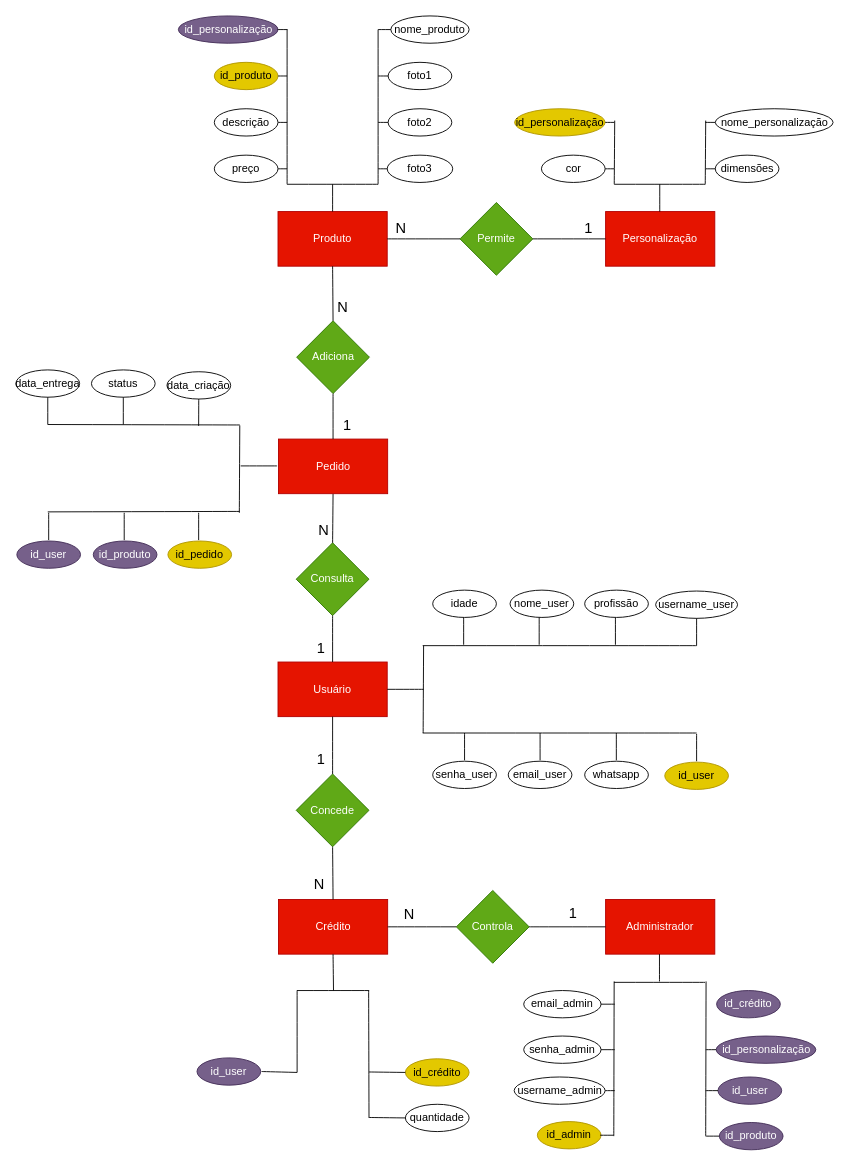
The draw.io diagram der_tcc.drawio in otaviomulato/tcc_content, before the edit. Source tidied: cells renumbered, new cells numbered last; positions are measured from the earlier drawing's top-left corner, leaving out a move shared by most shapes. Both pictures are drawn from the tidied source at 91%, with x=0, y=0 at pixel (15, 15).
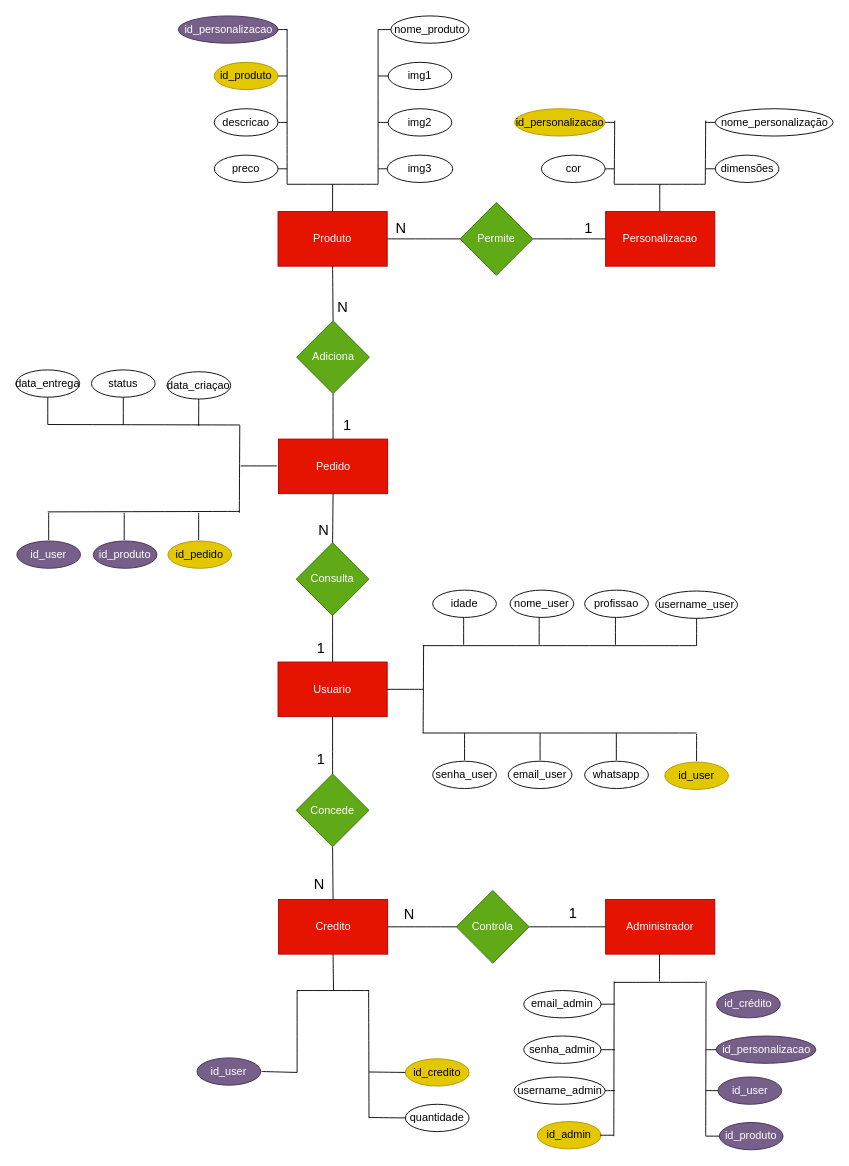
The same page after the edit.

Diff of the diagram source:
```diff
@@
-    <mxCell id="4" value="Personalização" style="rounded=0;whiteSpace=wrap;html=1;fillColor=#e51400;fontColor=#ffffff;strokeColor=#B20000;" parent="1" vertex="1">
+    <mxCell id="4" value="Personalizacao" style="rounded=0;whiteSpace=wrap;html=1;fillColor=#e51400;fontColor=#ffffff;strokeColor=#B20000;" parent="1" vertex="1">
       <mxGeometry x="648" y="215" width="120" height="60" as="geometry" />
     </mxCell>
@@
-    <mxCell id="8" value="descrição" style="ellipse;whiteSpace=wrap;html=1;" parent="1" vertex="1">
+    <mxCell id="8" value="descricao" style="ellipse;whiteSpace=wrap;html=1;" parent="1" vertex="1">
       <mxGeometry x="218" y="102" width="70" height="30" as="geometry" />
     </mxCell>
-    <mxCell id="9" value="preço" style="ellipse;whiteSpace=wrap;html=1;" parent="1" vertex="1">
+    <mxCell id="9" value="preco" style="ellipse;whiteSpace=wrap;html=1;" parent="1" vertex="1">
       <mxGeometry x="218" y="153" width="70" height="30" as="geometry" />
     </mxCell>
@@
-    <mxCell id="18" value="foto1" style="ellipse;whiteSpace=wrap;html=1;" parent="1" vertex="1">
+    <mxCell id="18" value="img1" style="ellipse;whiteSpace=wrap;html=1;" parent="1" vertex="1">
       <mxGeometry x="409" y="51" width="70" height="30" as="geometry" />
     </mxCell>
-    <mxCell id="19" value="foto2" style="ellipse;whiteSpace=wrap;html=1;" parent="1" vertex="1">
+    <mxCell id="19" value="img2" style="ellipse;whiteSpace=wrap;html=1;" parent="1" vertex="1">
       <mxGeometry x="409" y="102" width="70" height="30" as="geometry" />
     </mxCell>
-    <mxCell id="20" value="foto3" style="ellipse;whiteSpace=wrap;html=1;" parent="1" vertex="1">
+    <mxCell id="20" value="img3" style="ellipse;whiteSpace=wrap;html=1;" parent="1" vertex="1">
       <mxGeometry x="408" y="153" width="72" height="30" as="geometry" />
     </mxCell>
@@
-    <mxCell id="24" value="id_personalização" style="ellipse;whiteSpace=wrap;html=1;fillColor=#e3c800;fontColor=#000000;strokeColor=#B09500;" parent="1" vertex="1">
+    <mxCell id="24" value="id_personalizacao" style="ellipse;whiteSpace=wrap;html=1;fillColor=#e3c800;fontColor=#000000;strokeColor=#B09500;" parent="1" vertex="1">
       <mxGeometry x="548" y="102" width="99.5" height="30" as="geometry" />
     </mxCell>
@@
-    <mxCell id="33" value="id_personalização" style="ellipse;whiteSpace=wrap;html=1;fillColor=#76608a;fontColor=#ffffff;strokeColor=#432D57;" parent="1" vertex="1">
+    <mxCell id="33" value="id_personalizacao" style="ellipse;whiteSpace=wrap;html=1;fillColor=#76608a;fontColor=#ffffff;strokeColor=#432D57;" parent="1" vertex="1">
       <mxGeometry x="178.5" width="109.5" height="30" as="geometry" />
     </mxCell>
@@
-    <mxCell id="39" value="Crédito" style="rounded=0;whiteSpace=wrap;html=1;fillColor=#e51400;fontColor=#ffffff;strokeColor=#B20000;" parent="1" vertex="1">
+    <mxCell id="39" value="Credito" style="rounded=0;whiteSpace=wrap;html=1;fillColor=#e51400;fontColor=#ffffff;strokeColor=#B20000;" parent="1" vertex="1">
       <mxGeometry x="288.5" y="971" width="120" height="60" as="geometry" />
     </mxCell>
@@
-    <mxCell id="41" value="Usuário" style="rounded=0;whiteSpace=wrap;html=1;fillColor=#e51400;fontColor=#ffffff;strokeColor=#B20000;" parent="1" vertex="1">
+    <mxCell id="41" value="Usuario" style="rounded=0;whiteSpace=wrap;html=1;fillColor=#e51400;fontColor=#ffffff;strokeColor=#B20000;" parent="1" vertex="1">
       <mxGeometry x="288" y="710" width="120" height="60" as="geometry" />
     </mxCell>
@@
-    <mxCell id="64" value="id_crédito" style="ellipse;whiteSpace=wrap;html=1;fillColor=#e3c800;fontColor=#000000;strokeColor=#B09500;" parent="1" vertex="1">
+    <mxCell id="64" value="id_credito" style="ellipse;whiteSpace=wrap;html=1;fillColor=#e3c800;fontColor=#000000;strokeColor=#B09500;" parent="1" vertex="1">
       <mxGeometry x="428" y="1146" width="70" height="30" as="geometry" />
     </mxCell>
@@
-    <mxCell id="83" value="profissão" style="ellipse;whiteSpace=wrap;html=1;" parent="1" vertex="1">
+    <mxCell id="83" value="profissao" style="ellipse;whiteSpace=wrap;html=1;" parent="1" vertex="1">
       <mxGeometry x="625" y="631" width="70" height="30" as="geometry" />
     </mxCell>
@@
-    <mxCell id="100" value="id_personalização" style="ellipse;whiteSpace=wrap;html=1;fillColor=#76608a;fontColor=#ffffff;strokeColor=#432D57;" parent="1" vertex="1">
+    <mxCell id="100" value="id_personalizacao" style="ellipse;whiteSpace=wrap;html=1;fillColor=#76608a;fontColor=#ffffff;strokeColor=#432D57;" parent="1" vertex="1">
       <mxGeometry x="769.5" y="1121" width="109.5" height="30" as="geometry" />
     </mxCell>
@@
-    <mxCell id="120" value="data_criação" style="ellipse;whiteSpace=wrap;html=1;" parent="1" vertex="1">
+    <mxCell id="120" value="data_criaçao" style="ellipse;whiteSpace=wrap;html=1;" parent="1" vertex="1">
       <mxGeometry x="166" y="391" width="70" height="30" as="geometry" />
     </mxCell>
```
